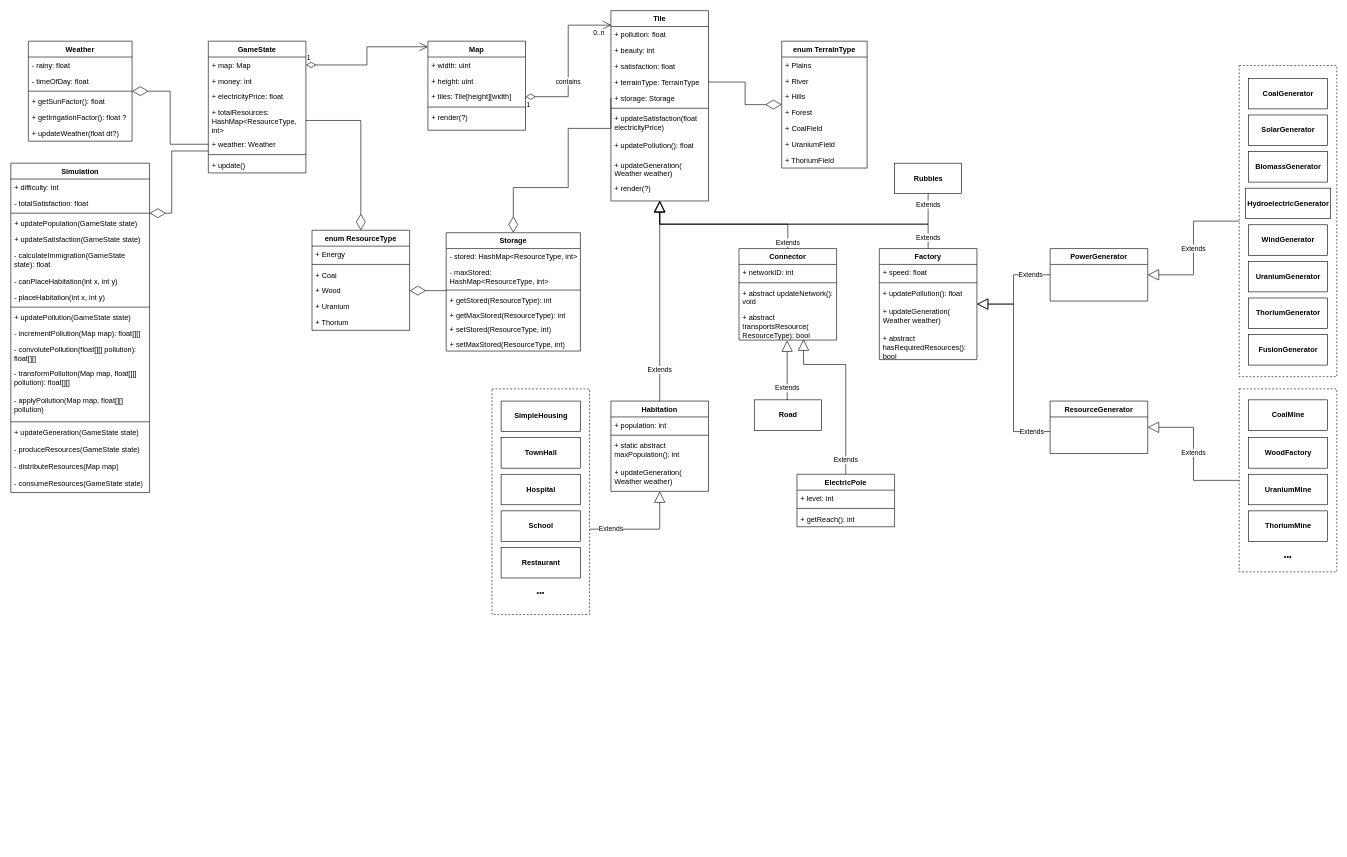
adri326/ap4b-project keeps this draw.io diagram as uml-classes.drawio. Above is the earlier version. Source tidied: cells renumbered, new cells numbered last; positions are measured from the earlier drawing's top-left corner, leaving out a move shared by most shapes. Both pictures are drawn from the tidied source at 61%, with x=0, y=0 at pixel (10, 10).
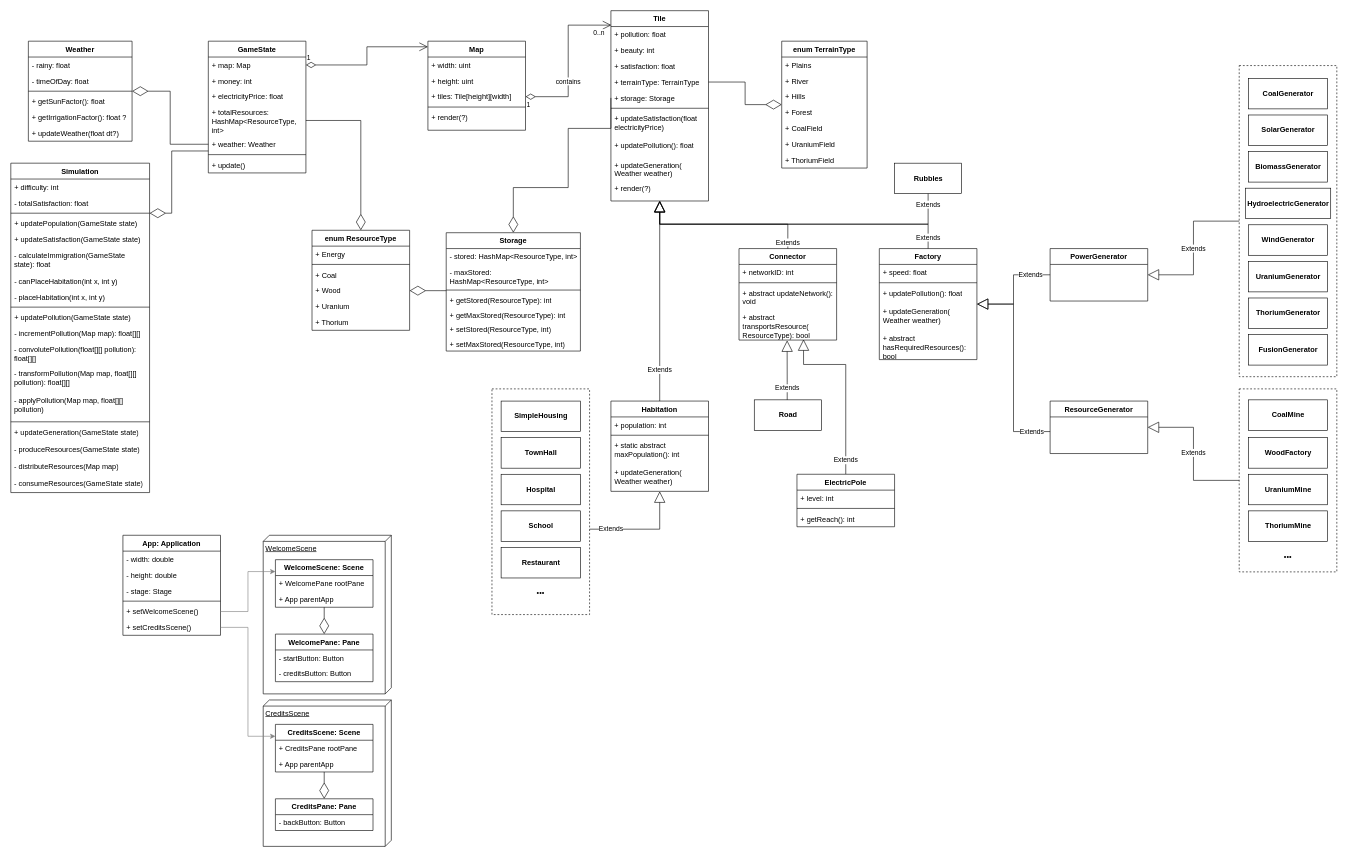
After the change.

Commit message (it also covers changes not shown here):
:sparkles: WelcomeScene, CreditsScene

The edit, as a diff of the source:
```diff
@@
+    <mxCell id="145" value="WelcomeScene" style="verticalAlign=top;align=left;spacingTop=8;spacingLeft=2;spacingRight=12;shape=cube;size=10;direction=south;fontStyle=4;html=1;" parent="1" vertex="1">
+      <mxGeometry x="414" y="860" width="210" height="260" as="geometry" />
+    </mxCell>
@@
+    <mxCell id="146" value="App: Application" style="swimlane;fontStyle=1;align=center;verticalAlign=top;horizontal=1;startSize=26;" parent="1" vertex="1">
+      <mxGeometry x="184" y="860" width="160" height="164" as="geometry" />
+    </mxCell>
+    <mxCell id="147" value="- width: double" style="text;strokeColor=none;fillColor=none;align=left;verticalAlign=top;spacingLeft=4;spacingRight=4;overflow=hidden;" parent="146" vertex="1">
+      <mxGeometry y="26" width="160" height="26" as="geometry" />
+    </mxCell>
+    <mxCell id="148" value="- height: double" style="text;strokeColor=none;fillColor=none;align=left;verticalAlign=top;spacingLeft=4;spacingRight=4;overflow=hidden;" parent="146" vertex="1">
+      <mxGeometry y="52" width="160" height="26" as="geometry" />
+    </mxCell>
+    <mxCell id="149" value="- stage: Stage" style="text;strokeColor=none;fillColor=none;align=left;verticalAlign=top;spacingLeft=4;spacingRight=4;overflow=hidden;" parent="146" vertex="1">
+      <mxGeometry y="78" width="160" height="26" as="geometry" />
+    </mxCell>
+    <mxCell id="150" style="line;strokeWidth=1;fillColor=none;align=left;verticalAlign=middle;spacingTop=-1;spacingLeft=3;spacingRight=3;labelPosition=right;" parent="146" vertex="1">
+      <mxGeometry y="104" width="160" height="8" as="geometry" />
+    </mxCell>
+    <mxCell id="151" value="+ setWelcomeScene()" style="text;strokeColor=none;fillColor=none;align=left;verticalAlign=top;spacingLeft=4;spacingRight=4;overflow=hidden;points=[[0,0.5],[1,0.5]];portConstraint=eastwest;" parent="146" vertex="1">
+      <mxGeometry y="112" width="160" height="26" as="geometry" />
+    </mxCell>
+    <mxCell id="152" value="+ setCreditsScene()" style="text;strokeColor=none;fillColor=none;align=left;verticalAlign=top;spacingLeft=4;spacingRight=4;overflow=hidden;points=[[0,0.5],[1,0.5]];portConstraint=eastwest;" parent="146" vertex="1">
+      <mxGeometry y="138" width="160" height="26" as="geometry" />
+    </mxCell>
+    <mxCell id="153" value="WelcomeScene: Scene" style="swimlane;fontStyle=1;align=center;verticalAlign=top;horizontal=1;startSize=26;" parent="1" vertex="1">
+      <mxGeometry x="434" y="900" width="160" height="78" as="geometry" />
+    </mxCell>
+    <mxCell id="154" value="+ WelcomePane rootPane" style="text;strokeColor=none;fillColor=none;align=left;verticalAlign=top;spacingLeft=4;spacingRight=4;overflow=hidden;" parent="153" vertex="1">
+      <mxGeometry y="26" width="160" height="26" as="geometry" />
+    </mxCell>
+    <mxCell id="155" value="+ App parentApp" style="text;strokeColor=none;fillColor=none;align=left;verticalAlign=top;spacingLeft=4;spacingRight=4;overflow=hidden;" parent="153" vertex="1">
+      <mxGeometry y="52" width="160" height="26" as="geometry" />
+    </mxCell>
+    <mxCell id="156" value="WelcomePane: Pane" style="swimlane;fontStyle=1;align=center;verticalAlign=top;horizontal=1;startSize=26;" parent="1" vertex="1">
+      <mxGeometry x="434" y="1022" width="160" height="78" as="geometry" />
+    </mxCell>
+    <mxCell id="157" value="- startButton: Button" style="text;strokeColor=none;fillColor=none;align=left;verticalAlign=top;spacingLeft=4;spacingRight=4;overflow=hidden;" parent="156" vertex="1">
+      <mxGeometry y="26" width="160" height="26" as="geometry" />
+    </mxCell>
+    <mxCell id="158" value="- creditsButton: Button" style="text;strokeColor=none;fillColor=none;align=left;verticalAlign=top;spacingLeft=4;spacingRight=4;overflow=hidden;" parent="156" vertex="1">
+      <mxGeometry y="52" width="160" height="26" as="geometry" />
+    </mxCell>
+    <mxCell id="159" style="endArrow=diamondThin;endFill=0;endSize=24;html=1;rounded=0;edgeStyle=orthogonalEdgeStyle;" parent="1" edge="1" source="153" target="156">
+      <mxGeometry relative="1" as="geometry" />
+    </mxCell>
+    <mxCell id="160" style="edgeStyle=orthogonalEdgeStyle;rounded=0;jettySize=auto;html=1;entryX=0;entryY=0.25;entryDx=0;entryDy=0;strokeColor=#808080;" parent="1" edge="1" source="151" target="153">
+      <mxGeometry relative="1" as="geometry" />
+    </mxCell>
+    <mxCell id="161" value="CreditsScene" style="verticalAlign=top;align=left;spacingTop=8;spacingLeft=2;spacingRight=12;shape=cube;size=10;direction=south;fontStyle=4;html=1;" parent="1" vertex="1">
+      <mxGeometry x="414" y="1130" width="210" height="240" as="geometry" />
+    </mxCell>
+    <mxCell id="162" value="CreditsScene: Scene" style="swimlane;fontStyle=1;align=center;verticalAlign=top;horizontal=1;startSize=26;" parent="1" vertex="1">
+      <mxGeometry x="434" y="1170" width="160" height="78" as="geometry" />
+    </mxCell>
+    <mxCell id="163" value="+ CreditsPane rootPane" style="text;strokeColor=none;fillColor=none;align=left;verticalAlign=top;spacingLeft=4;spacingRight=4;overflow=hidden;" parent="162" vertex="1">
+      <mxGeometry y="26" width="160" height="26" as="geometry" />
+    </mxCell>
+    <mxCell id="164" value="+ App parentApp" style="text;strokeColor=none;fillColor=none;align=left;verticalAlign=top;spacingLeft=4;spacingRight=4;overflow=hidden;" parent="162" vertex="1">
+      <mxGeometry y="52" width="160" height="26" as="geometry" />
+    </mxCell>
+    <mxCell id="165" value="CreditsPane: Pane" style="swimlane;fontStyle=1;align=center;verticalAlign=top;horizontal=1;startSize=26;" parent="1" vertex="1">
+      <mxGeometry x="434" y="1292" width="160" height="52" as="geometry" />
+    </mxCell>
+    <mxCell id="166" value="- backButton: Button" style="text;strokeColor=none;fillColor=none;align=left;verticalAlign=top;spacingLeft=4;spacingRight=4;overflow=hidden;" parent="165" vertex="1">
+      <mxGeometry y="26" width="160" height="26" as="geometry" />
+    </mxCell>
+    <mxCell id="167" style="endArrow=diamondThin;endFill=0;endSize=24;html=1;rounded=0;edgeStyle=orthogonalEdgeStyle;" parent="1" edge="1" source="162" target="165">
+      <mxGeometry relative="1" as="geometry" />
+    </mxCell>
+    <mxCell id="168" style="edgeStyle=orthogonalEdgeStyle;rounded=0;jettySize=auto;html=1;entryX=0;entryY=0.25;entryDx=0;entryDy=0;strokeColor=#808080;" parent="1" edge="1" source="152" target="162">
+      <mxGeometry relative="1" as="geometry" />
+    </mxCell>
```
